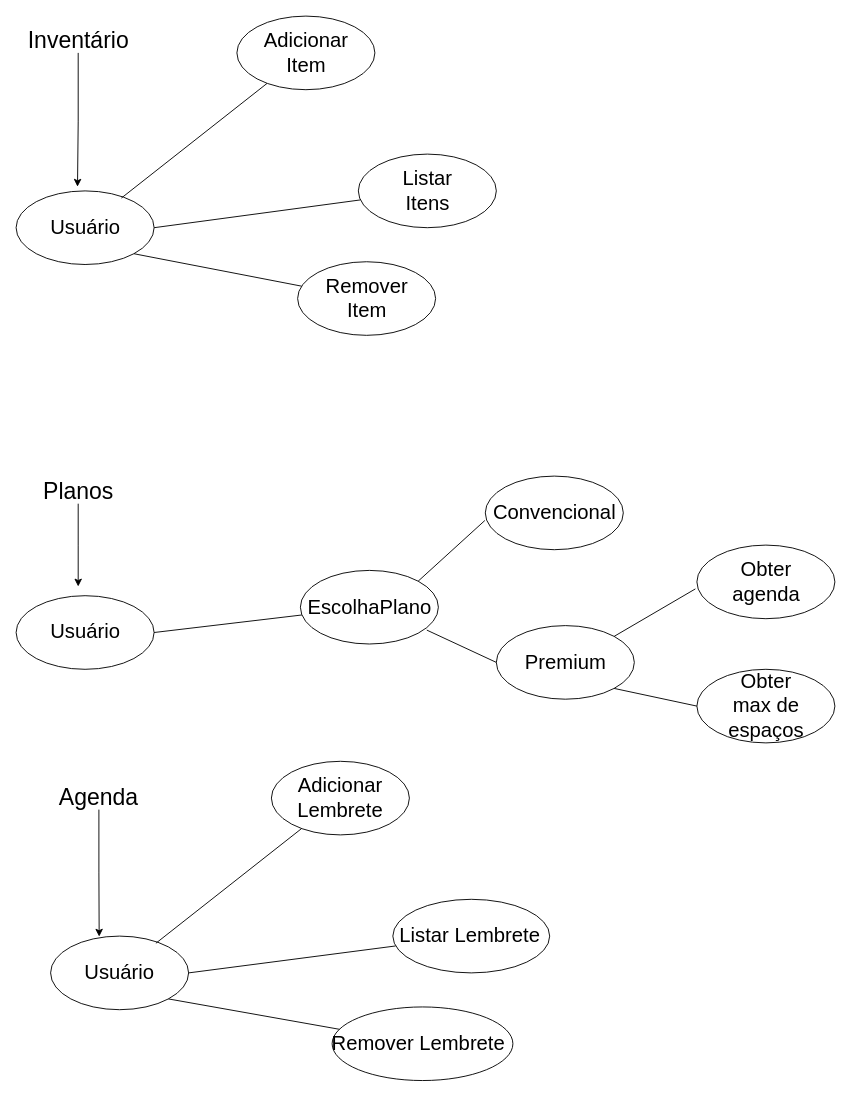
The draw.io diagram Engenharia de Software/Inventário/src/Inventario/resources/Diagrama Métodos.drawio in YanYamim/Bertot, before the edit. Source tidied: cells renumbered, new cells numbered last; positions are measured from the earlier drawing's top-left corner, leaving out a move shared by most shapes. Both pictures are drawn from the tidied source at 92%, with x=0, y=0 at pixel (16, 16).
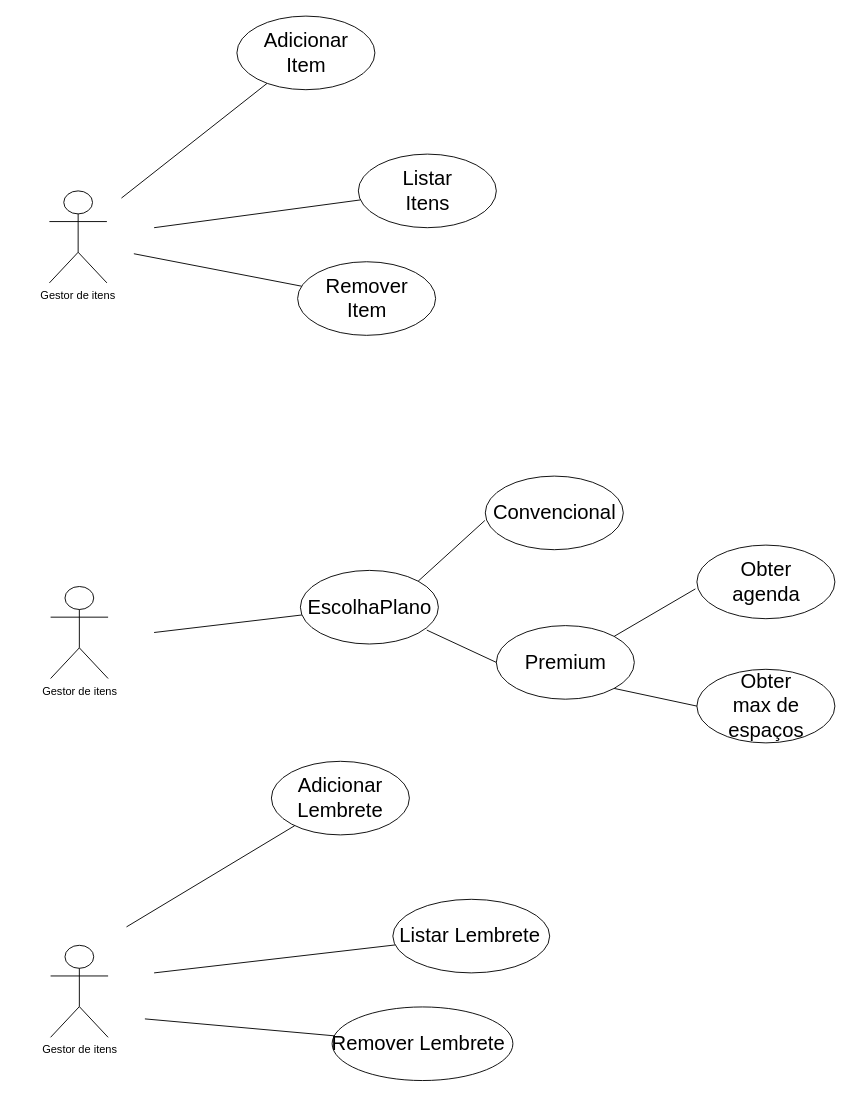
The same diagram, later.

Unchanged cells that the change refers to:
```xml
<mxCell id="2" style="ellipse;whiteSpace=wrap;html=1;" parent="1" vertex="1">
  <mxGeometry x="240" width="150" height="80" as="geometry" />
</mxCell>
<mxCell id="7" style="ellipse;whiteSpace=wrap;html=1;" parent="1" vertex="1">
  <mxGeometry x="372" y="150" width="150" height="80" as="geometry" />
</mxCell>
<mxCell id="10" style="ellipse;whiteSpace=wrap;html=1;" parent="1" vertex="1">
  <mxGeometry x="306" y="267" width="150" height="80" as="geometry" />
</mxCell>
<mxCell id="15" style="ellipse;whiteSpace=wrap;html=1;" parent="1" vertex="1">
  <mxGeometry x="309" y="602.5" width="150" height="80" as="geometry" />
</mxCell>
<mxCell id="34" style="ellipse;whiteSpace=wrap;html=1;" parent="1" vertex="1">
  <mxGeometry x="277.5" y="810" width="150" height="80" as="geometry" />
</mxCell>
<mxCell id="39" style="ellipse;whiteSpace=wrap;html=1;" parent="1" vertex="1">
  <mxGeometry x="409.5" y="960" width="170.5" height="80" as="geometry" />
</mxCell>
<mxCell id="42" style="ellipse;whiteSpace=wrap;html=1;" parent="1" vertex="1">
  <mxGeometry x="343.5" y="1077" width="196.5" height="80" as="geometry" />
</mxCell>
```

What changed in the source:
```diff
@@
-    <mxCell id="3" style="ellipse;whiteSpace=wrap;html=1;" parent="1" vertex="1">
-      <mxGeometry y="190" width="150" height="80" as="geometry" />
-    </mxCell>
-    <mxCell id="4" value="&lt;font style=&quot;font-size: 22px;&quot;&gt;Usuário&lt;/font&gt;" style="text;html=1;align=center;verticalAlign=middle;whiteSpace=wrap;rounded=0;arcSize=12;imageHeight=24;" parent="1" vertex="1">
-      <mxGeometry x="37.5" y="217.5" width="75" height="25" as="geometry" />
-    </mxCell>
@@
-    <mxCell id="6" style="endArrow=none;html=1;rounded=0;exitX=0.763;exitY=0.097;exitDx=0;exitDy=0;exitPerimeter=0;" parent="1" edge="1" source="3" target="2">
-      <mxGeometry relative="1" as="geometry" />
+    <mxCell id="6" style="endArrow=none;html=1;rounded=0;exitX=0.763;exitY=0.097;exitDx=0;exitDy=0;exitPerimeter=0;" parent="1" edge="1" target="2">
+      <mxGeometry relative="1" as="geometry">
+        <mxPoint x="114.5" y="197.8" as="sourcePoint" />
+      </mxGeometry>
     </mxCell>
@@
-    <mxCell id="9" style="endArrow=none;html=1;rounded=0;exitX=1;exitY=0.5;exitDx=0;exitDy=0;" parent="1" edge="1" source="3" target="7">
-      <mxGeometry relative="1" as="geometry" />
+    <mxCell id="9" style="endArrow=none;html=1;rounded=0;exitX=1;exitY=0.5;exitDx=0;exitDy=0;" parent="1" edge="1" target="7">
+      <mxGeometry relative="1" as="geometry">
+        <mxPoint x="150" y="230" as="sourcePoint" />
+      </mxGeometry>
     </mxCell>
@@
-    <mxCell id="12" style="endArrow=none;html=1;rounded=0;exitX=1;exitY=1;exitDx=0;exitDy=0;" parent="1" edge="1" source="3" target="10">
-      <mxGeometry relative="1" as="geometry" />
+    <mxCell id="12" style="endArrow=none;html=1;rounded=0;exitX=1;exitY=1;exitDx=0;exitDy=0;" parent="1" edge="1" target="10">
+      <mxGeometry relative="1" as="geometry">
+        <mxPoint x="128" y="258.3" as="sourcePoint" />
+      </mxGeometry>
     </mxCell>
-    <mxCell id="13" style="ellipse;whiteSpace=wrap;html=1;" parent="1" vertex="1">
-      <mxGeometry y="630" width="150" height="80" as="geometry" />
-    </mxCell>
-    <mxCell id="14" value="&lt;font style=&quot;font-size: 22px;&quot;&gt;Usuário&lt;/font&gt;" style="text;html=1;align=center;verticalAlign=middle;whiteSpace=wrap;rounded=0;arcSize=12;imageHeight=24;" parent="1" vertex="1">
-      <mxGeometry x="37.5" y="657.5" width="75" height="25" as="geometry" />
-    </mxCell>
@@
-    <mxCell id="16" style="endArrow=none;html=1;rounded=0;exitX=1;exitY=0.5;exitDx=0;exitDy=0;" parent="1" edge="1" source="13" target="15">
-      <mxGeometry relative="1" as="geometry" />
+    <mxCell id="16" style="endArrow=none;html=1;rounded=0;exitX=1;exitY=0.5;exitDx=0;exitDy=0;" parent="1" edge="1" target="15">
+      <mxGeometry relative="1" as="geometry">
+        <mxPoint x="150" y="670" as="sourcePoint" />
+      </mxGeometry>
     </mxCell>
@@
-    <mxCell id="30" style="edgeStyle=orthogonalEdgeStyle;rounded=0;jettySize=auto;html=1;" parent="1" edge="1" source="31">
-      <mxGeometry relative="1" as="geometry">
-        <mxPoint x="67.5" y="620" as="targetPoint" />
-      </mxGeometry>
-    </mxCell>
-    <mxCell id="31" value="&lt;font style=&quot;font-size: 25px;&quot;&gt;Planos&lt;/font&gt;" style="text;html=1;align=center;verticalAlign=middle;whiteSpace=wrap;rounded=0;" parent="1" vertex="1">
-      <mxGeometry x="37.5" y="500" width="60" height="30" as="geometry" />
-    </mxCell>
-    <mxCell id="32" value="&lt;font style=&quot;font-size: 25px;&quot;&gt;Inventário&lt;/font&gt;" style="text;html=1;align=center;verticalAlign=middle;whiteSpace=wrap;rounded=0;" parent="1" vertex="1">
-      <mxGeometry x="37.5" y="10" width="60" height="30" as="geometry" />
-    </mxCell>
-    <mxCell id="33" style="edgeStyle=orthogonalEdgeStyle;rounded=0;jettySize=auto;html=1;entryX=0.445;entryY=-0.057;entryDx=0;entryDy=0;entryPerimeter=0;" parent="1" edge="1" source="32" target="3">
-      <mxGeometry relative="1" as="geometry" />
-    </mxCell>
@@
-    <mxCell id="35" style="ellipse;whiteSpace=wrap;html=1;" parent="1" vertex="1">
-      <mxGeometry x="37.5" y="1000" width="150" height="80" as="geometry" />
-    </mxCell>
-    <mxCell id="36" value="&lt;font style=&quot;font-size: 22px;&quot;&gt;Usuário&lt;/font&gt;" style="text;html=1;align=center;verticalAlign=middle;whiteSpace=wrap;rounded=0;arcSize=12;imageHeight=24;" parent="1" vertex="1">
-      <mxGeometry x="75" y="1027.5" width="75" height="25" as="geometry" />
-    </mxCell>
@@
-    <mxCell id="38" style="endArrow=none;html=1;rounded=0;exitX=0.763;exitY=0.097;exitDx=0;exitDy=0;exitPerimeter=0;" parent="1" edge="1" source="35" target="34">
-      <mxGeometry relative="1" as="geometry" />
+    <mxCell id="38" style="endArrow=none;html=1;rounded=0;" parent="1" edge="1" target="34">
+      <mxGeometry relative="1" as="geometry">
+        <mxPoint x="120" y="990" as="sourcePoint" />
+      </mxGeometry>
     </mxCell>
@@
-    <mxCell id="41" style="endArrow=none;html=1;rounded=0;exitX=1;exitY=0.5;exitDx=0;exitDy=0;" parent="1" edge="1" source="35" target="39">
-      <mxGeometry relative="1" as="geometry" />
+    <mxCell id="41" style="endArrow=none;html=1;rounded=0;" parent="1" edge="1" target="39">
+      <mxGeometry relative="1" as="geometry">
+        <mxPoint x="150" y="1040" as="sourcePoint" />
+      </mxGeometry>
     </mxCell>
@@
-    <mxCell id="44" style="endArrow=none;html=1;rounded=0;exitX=1;exitY=1;exitDx=0;exitDy=0;" parent="1" edge="1" source="35" target="42">
-      <mxGeometry relative="1" as="geometry" />
+    <mxCell id="44" style="endArrow=none;html=1;rounded=0;" parent="1" edge="1" target="42">
+      <mxGeometry relative="1" as="geometry">
+        <mxPoint x="140" y="1090" as="sourcePoint" />
+      </mxGeometry>
     </mxCell>
-    <mxCell id="45" value="&lt;font style=&quot;font-size: 25px;&quot;&gt;Agenda&lt;/font&gt;" style="text;html=1;align=center;verticalAlign=middle;whiteSpace=wrap;rounded=0;" parent="1" vertex="1">
-      <mxGeometry x="60" y="832.5" width="60" height="30" as="geometry" />
-    </mxCell>
-    <mxCell id="46" style="edgeStyle=orthogonalEdgeStyle;rounded=0;jettySize=auto;html=1;entryX=0.352;entryY=0.007;entryDx=0;entryDy=0;entryPerimeter=0;" parent="1" edge="1" source="45" target="35">
-      <mxGeometry relative="1" as="geometry" />
-    </mxCell>
+    <mxCell id="47" value="Gestor de itens" style="shape=umlActor;verticalLabelPosition=bottom;verticalAlign=top;html=1;" parent="1" vertex="1">
+      <mxGeometry x="36.2" y="190" width="62.5" height="100" as="geometry" />
+    </mxCell>
+    <mxCell id="48" value="Gestor de itens" style="shape=umlActor;verticalLabelPosition=bottom;verticalAlign=top;html=1;" parent="1" vertex="1">
+      <mxGeometry x="37.5" y="620" width="62.5" height="100" as="geometry" />
+    </mxCell>
+    <mxCell id="49" value="Gestor de itens" style="shape=umlActor;verticalLabelPosition=bottom;verticalAlign=top;html=1;" parent="1" vertex="1">
+      <mxGeometry x="37.5" y="1010" width="62.5" height="100" as="geometry" />
+    </mxCell>
```
